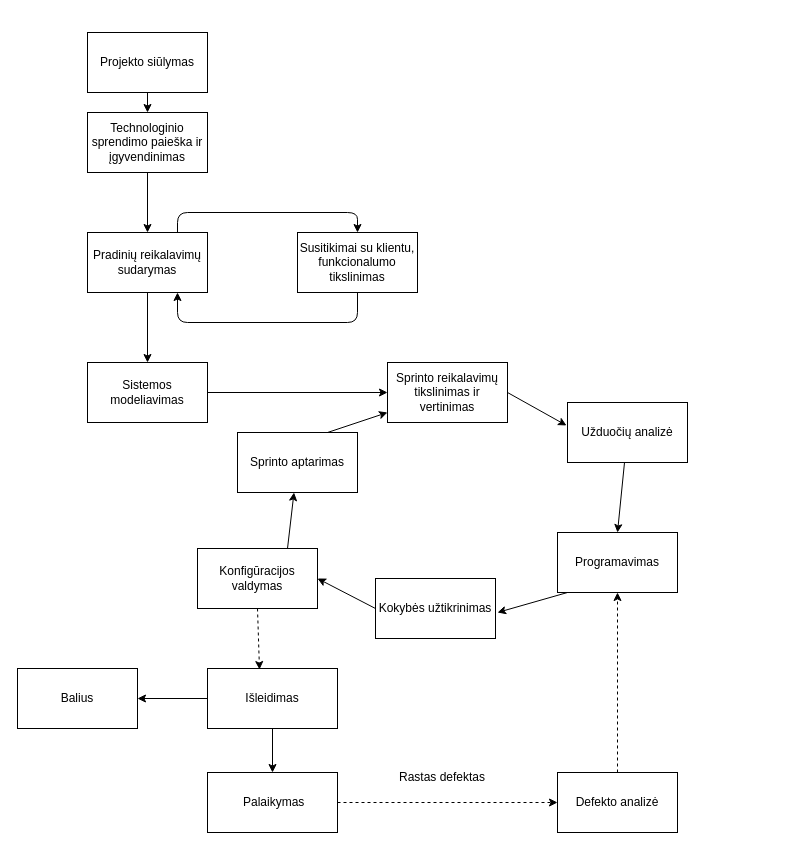
The draw.io diagram SoftwareProcessMoonTechnologies.drawio in DziugasMazulis/PKP, before the edit. Source tidied: cells renumbered, new cells numbered last; positions are measured from the earlier drawing's top-left corner, leaving out a move shared by most shapes. Both pictures are drawn from the tidied source at 100%, with x=0, y=0 at pixel (17, 32).
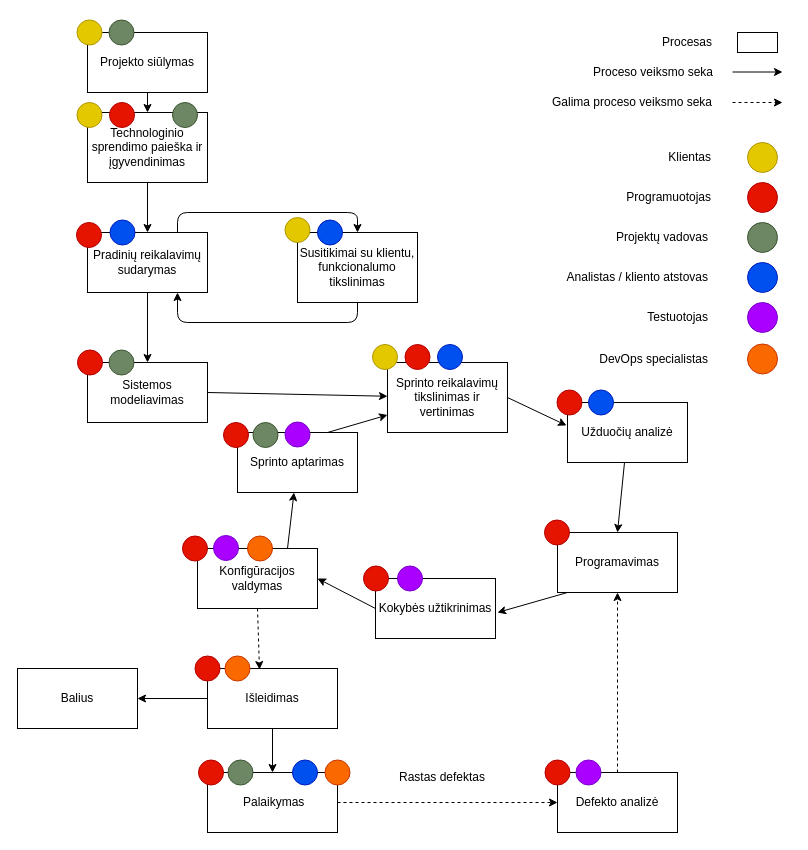
Above is the later version.

What changed in the source:
```diff
@@
-    <mxCell id="2" value="Projekto siūlymas" style="rounded=0;whiteSpace=wrap;html=1;" parent="1" vertex="1">
-      <mxGeometry x="70" width="120" height="60" as="geometry" />
-    </mxCell>
     <mxCell id="3" value="Technologinio sprendimo paieška ir įgyvendinimas" style="rounded=0;whiteSpace=wrap;html=1;" parent="1" vertex="1">
-      <mxGeometry x="70" y="80" width="120" height="60" as="geometry" />
+      <mxGeometry x="70" y="80" width="120" height="70" as="geometry" />
     </mxCell>
@@
     <mxCell id="6" value="Susitikimai su klientu, funkcionalumo tikslinimas" style="rounded=0;whiteSpace=wrap;html=1;" parent="1" vertex="1">
-      <mxGeometry x="280" y="200" width="120" height="60" as="geometry" />
+      <mxGeometry x="280" y="200" width="120" height="70" as="geometry" />
     </mxCell>
@@
     <mxCell id="12" value="Sprinto reikalavimų tikslinimas ir vertinimas" style="rounded=0;whiteSpace=wrap;html=1;" parent="1" vertex="1">
-      <mxGeometry x="370" y="330" width="120" height="60" as="geometry" />
+      <mxGeometry x="370" y="330" width="120" height="70" as="geometry" />
     </mxCell>
@@
+    <mxCell id="35" style="group;" parent="1" vertex="1">
+      <mxGeometry x="530" width="235" height="80" as="geometry" />
+    </mxCell>
+    <mxCell id="36" style="group;" parent="35" vertex="1">
+      <mxGeometry x="96" width="134" height="20" as="geometry" />
+    </mxCell>
+    <mxCell id="37" style="rounded=0;whiteSpace=wrap;html=1;" parent="36" vertex="1">
+      <mxGeometry x="94" width="40" height="20" as="geometry" />
+    </mxCell>
+    <mxCell id="38" value="Procesas" style="text;html=1;align=right;verticalAlign=middle;fillColor=none;strokeColor=none;rounded=0;" parent="36" vertex="1">
+      <mxGeometry width="70" height="20" as="geometry" />
+    </mxCell>
+    <mxCell id="39" style="group;" parent="35" vertex="1">
+      <mxGeometry x="46" y="30" width="189" height="20" as="geometry" />
+    </mxCell>
+    <mxCell id="40" style="endArrow=classic;html=1;rounded=1;" parent="39" edge="1">
+      <mxGeometry relative="1" as="geometry">
+        <mxPoint x="139" y="9.5" as="sourcePoint" />
+        <mxPoint x="189" y="9.5" as="targetPoint" />
+      </mxGeometry>
+    </mxCell>
+    <mxCell id="41" value="&lt;span style=&quot;white-space: nowrap&quot;&gt;Proceso veiksmo seka&lt;/span&gt;" style="text;html=1;strokeColor=none;fillColor=none;align=center;verticalAlign=middle;whiteSpace=wrap;rounded=0;" parent="39" vertex="1">
+      <mxGeometry width="120" height="20" as="geometry" />
+    </mxCell>
+    <mxCell id="42" style="group;" parent="35" vertex="1">
+      <mxGeometry y="60" width="235" height="20" as="geometry" />
+    </mxCell>
+    <mxCell id="43" style="endArrow=classic;html=1;dashed=1;" parent="42" edge="1">
+      <mxGeometry relative="1" as="geometry">
+        <mxPoint x="185" y="10" as="sourcePoint" />
+        <mxPoint x="235" y="10" as="targetPoint" />
+      </mxGeometry>
+    </mxCell>
+    <mxCell id="44" value="&lt;span style=&quot;white-space: nowrap&quot;&gt;Galima proceso veiksmo seka&lt;/span&gt;" style="text;html=1;strokeColor=none;fillColor=none;align=center;verticalAlign=middle;whiteSpace=wrap;rounded=0;" parent="42" vertex="1">
+      <mxGeometry width="170" height="20" as="geometry" />
+    </mxCell>
+    <mxCell id="45" style="group;" parent="1" vertex="1">
+      <mxGeometry x="592" y="110" width="168" height="150" as="geometry" />
+    </mxCell>
+    <mxCell id="46" style="group;" parent="45" vertex="1">
+      <mxGeometry x="64" width="104" height="30" as="geometry" />
+    </mxCell>
+    <mxCell id="47" style="ellipse;whiteSpace=wrap;html=1;align=right;fillColor=#e3c800;strokeColor=#B09500;fontColor=#ffffff;" parent="46" vertex="1">
+      <mxGeometry x="74" width="30" height="30" as="geometry" />
+    </mxCell>
+    <mxCell id="48" value="&lt;font color=&quot;#000000&quot;&gt;Klientas&lt;/font&gt;" style="text;html=1;strokeColor=none;fillColor=none;align=right;verticalAlign=middle;whiteSpace=wrap;rounded=0;fontColor=#FF0000;" parent="46" vertex="1">
+      <mxGeometry y="5" width="40" height="20" as="geometry" />
+    </mxCell>
+    <mxCell id="49" style="group;" parent="45" vertex="1">
+      <mxGeometry x="64" y="40" width="104" height="30" as="geometry" />
+    </mxCell>
+    <mxCell id="50" style="ellipse;whiteSpace=wrap;html=1;align=right;fontColor=#ffffff;fillColor=#e51400;strokeColor=#B20000;" parent="49" vertex="1">
+      <mxGeometry x="74" width="30" height="30" as="geometry" />
+    </mxCell>
+    <mxCell id="51" value="Programuotojas" style="text;html=1;strokeColor=none;fillColor=none;align=right;verticalAlign=middle;whiteSpace=wrap;rounded=0;fontColor=#000000;" parent="49" vertex="1">
+      <mxGeometry x="-60" y="5" width="100" height="20" as="geometry" />
+    </mxCell>
+    <mxCell id="52" style="group;" parent="45" vertex="1">
+      <mxGeometry y="80" width="168" height="30" as="geometry" />
+    </mxCell>
+    <mxCell id="53" style="ellipse;whiteSpace=wrap;html=1;align=right;fillColor=#6d8764;strokeColor=#3A5431;fontColor=#ffffff;" parent="52" vertex="1">
+      <mxGeometry x="138" width="30" height="30" as="geometry" />
+    </mxCell>
+    <mxCell id="54" value="Projektų vadovas" style="text;html=1;strokeColor=none;fillColor=none;align=right;verticalAlign=middle;whiteSpace=wrap;rounded=0;fontColor=#000000;" parent="52" vertex="1">
+      <mxGeometry y="5" width="101" height="20" as="geometry" />
+    </mxCell>
+    <mxCell id="55" style="group;" parent="45" vertex="1">
+      <mxGeometry y="120" width="168" height="30" as="geometry" />
+    </mxCell>
+    <mxCell id="56" style="ellipse;whiteSpace=wrap;html=1;align=right;fillColor=#0050ef;strokeColor=#001DBC;fontColor=#ffffff;" parent="55" vertex="1">
+      <mxGeometry x="138" width="30" height="30" as="geometry" />
+    </mxCell>
+    <mxCell id="57" value="Analistas / kliento atstovas" style="text;html=1;strokeColor=none;fillColor=none;align=right;verticalAlign=middle;whiteSpace=wrap;rounded=0;fontColor=#000000;" parent="55" vertex="1">
+      <mxGeometry x="-70" y="5" width="171" height="20" as="geometry" />
+    </mxCell>
+    <mxCell id="58" style="group;" parent="1" vertex="1">
+      <mxGeometry x="60" y="-15" width="130" height="75" as="geometry" />
+    </mxCell>
+    <mxCell id="2" value="Projekto siūlymas" style="rounded=0;whiteSpace=wrap;html=1;" parent="58" vertex="1">
+      <mxGeometry x="10" y="15" width="120" height="60" as="geometry" />
+    </mxCell>
+    <mxCell id="59" style="ellipse;whiteSpace=wrap;html=1;align=right;fillColor=#e3c800;strokeColor=#B09500;fontColor=#ffffff;" parent="58" vertex="1">
+      <mxGeometry x="-0.5" y="2.5" width="25" height="25" as="geometry" />
+    </mxCell>
+    <mxCell id="60" style="ellipse;whiteSpace=wrap;html=1;align=right;fillColor=#6d8764;strokeColor=#3A5431;fontColor=#ffffff;" parent="58" vertex="1">
+      <mxGeometry x="31.5" y="2.5" width="25" height="25" as="geometry" />
+    </mxCell>
+    <mxCell id="61" style="ellipse;whiteSpace=wrap;html=1;align=right;fillColor=#6d8764;strokeColor=#3A5431;fontColor=#ffffff;" parent="1" vertex="1">
+      <mxGeometry x="155" y="70" width="25" height="25" as="geometry" />
+    </mxCell>
+    <mxCell id="62" style="ellipse;whiteSpace=wrap;html=1;align=right;fontColor=#ffffff;fillColor=#e51400;strokeColor=#B20000;" parent="1" vertex="1">
+      <mxGeometry x="92" y="70" width="25" height="25" as="geometry" />
+    </mxCell>
+    <mxCell id="63" style="ellipse;whiteSpace=wrap;html=1;align=right;fillColor=#e3c800;strokeColor=#B09500;fontColor=#ffffff;" parent="1" vertex="1">
+      <mxGeometry x="267.5" y="185" width="25" height="25" as="geometry" />
+    </mxCell>
+    <mxCell id="64" style="ellipse;whiteSpace=wrap;html=1;align=right;fontColor=#ffffff;fillColor=#e51400;strokeColor=#B20000;" parent="1" vertex="1">
+      <mxGeometry x="60" y="317.5" width="25" height="25" as="geometry" />
+    </mxCell>
+    <mxCell id="65" style="ellipse;whiteSpace=wrap;html=1;align=right;fillColor=#6d8764;strokeColor=#3A5431;fontColor=#ffffff;" parent="1" vertex="1">
+      <mxGeometry x="91.5" y="317.5" width="25" height="25" as="geometry" />
+    </mxCell>
+    <mxCell id="66" style="ellipse;whiteSpace=wrap;html=1;align=right;fontColor=#ffffff;fillColor=#e51400;strokeColor=#B20000;" parent="1" vertex="1">
+      <mxGeometry x="387.5" y="312" width="25" height="25" as="geometry" />
+    </mxCell>
+    <mxCell id="67" style="ellipse;whiteSpace=wrap;html=1;align=right;fontColor=#ffffff;fillColor=#e51400;strokeColor=#B20000;" parent="1" vertex="1">
+      <mxGeometry x="539.5" y="357.5" width="25" height="25" as="geometry" />
+    </mxCell>
+    <mxCell id="68" style="ellipse;whiteSpace=wrap;html=1;align=right;fontColor=#ffffff;fillColor=#e51400;strokeColor=#B20000;" parent="1" vertex="1">
+      <mxGeometry x="527" y="487.5" width="25" height="25" as="geometry" />
+    </mxCell>
+    <mxCell id="69" style="ellipse;whiteSpace=wrap;html=1;align=right;fontColor=#ffffff;fillColor=#e51400;strokeColor=#B20000;" parent="1" vertex="1">
+      <mxGeometry x="346" y="533.5" width="25" height="25" as="geometry" />
+    </mxCell>
+    <mxCell id="70" style="ellipse;whiteSpace=wrap;html=1;align=right;fontColor=#ffffff;fillColor=#e51400;strokeColor=#B20000;" parent="1" vertex="1">
+      <mxGeometry x="206" y="390" width="25" height="25" as="geometry" />
+    </mxCell>
+    <mxCell id="71" style="ellipse;whiteSpace=wrap;html=1;align=right;fillColor=#6d8764;strokeColor=#3A5431;fontColor=#ffffff;" parent="1" vertex="1">
+      <mxGeometry x="235.5" y="390" width="25" height="25" as="geometry" />
+    </mxCell>
+    <mxCell id="72" style="ellipse;whiteSpace=wrap;html=1;align=right;fontColor=#ffffff;fillColor=#e51400;strokeColor=#B20000;" parent="1" vertex="1">
+      <mxGeometry x="181" y="727.5" width="25" height="25" as="geometry" />
+    </mxCell>
+    <mxCell id="73" style="ellipse;whiteSpace=wrap;html=1;align=right;fillColor=#6d8764;strokeColor=#3A5431;fontColor=#ffffff;" parent="1" vertex="1">
+      <mxGeometry x="210.5" y="727.5" width="25" height="25" as="geometry" />
+    </mxCell>
+    <mxCell id="74" style="ellipse;whiteSpace=wrap;html=1;align=right;fillColor=#0050ef;strokeColor=#001DBC;fontColor=#ffffff;" parent="1" vertex="1">
+      <mxGeometry x="275" y="727.5" width="25" height="25" as="geometry" />
+    </mxCell>
+    <mxCell id="75" style="ellipse;whiteSpace=wrap;html=1;align=right;fillColor=#e3c800;strokeColor=#B09500;fontColor=#ffffff;" parent="1" vertex="1">
+      <mxGeometry x="59.5" y="70" width="25" height="25" as="geometry" />
+    </mxCell>
+    <mxCell id="76" style="ellipse;whiteSpace=wrap;html=1;align=right;fontColor=#ffffff;fillColor=#e51400;strokeColor=#B20000;" parent="1" vertex="1">
+      <mxGeometry x="59" y="190" width="25" height="25" as="geometry" />
+    </mxCell>
+    <mxCell id="77" style="group;" parent="1" vertex="1">
+      <mxGeometry x="592" y="270" width="168" height="30" as="geometry" />
+    </mxCell>
+    <mxCell id="78" style="ellipse;whiteSpace=wrap;html=1;align=right;fillColor=#aa00ff;strokeColor=#7700CC;fontColor=#ffffff;" parent="77" vertex="1">
+      <mxGeometry x="138" width="30" height="30" as="geometry" />
+    </mxCell>
+    <mxCell id="79" value="Testuotojas" style="text;html=1;strokeColor=none;fillColor=none;align=right;verticalAlign=middle;whiteSpace=wrap;rounded=0;fontColor=#000000;" parent="77" vertex="1">
+      <mxGeometry y="5" width="101" height="20" as="geometry" />
+    </mxCell>
+    <mxCell id="80" style="ellipse;whiteSpace=wrap;html=1;align=right;fontColor=#ffffff;fillColor=#aa00ff;strokeColor=#7700CC;" parent="1" vertex="1">
+      <mxGeometry x="380" y="533.5" width="25" height="25" as="geometry" />
+    </mxCell>
+    <mxCell id="81" style="ellipse;whiteSpace=wrap;html=1;align=right;fontColor=#ffffff;fillColor=#0050ef;strokeColor=#001DBC;" parent="1" vertex="1">
+      <mxGeometry x="92.5" y="187.5" width="25" height="25" as="geometry" />
+    </mxCell>
+    <mxCell id="82" style="ellipse;whiteSpace=wrap;html=1;align=right;fontColor=#ffffff;fillColor=#0050ef;strokeColor=#001DBC;" parent="1" vertex="1">
+      <mxGeometry x="300" y="187.5" width="25" height="25" as="geometry" />
+    </mxCell>
+    <mxCell id="83" style="ellipse;whiteSpace=wrap;html=1;align=right;fontColor=#ffffff;fillColor=#0050ef;strokeColor=#001DBC;" parent="1" vertex="1">
+      <mxGeometry x="420" y="312" width="25" height="25" as="geometry" />
+    </mxCell>
+    <mxCell id="84" style="ellipse;whiteSpace=wrap;html=1;align=right;fillColor=#e3c800;strokeColor=#B09500;fontColor=#ffffff;" parent="1" vertex="1">
+      <mxGeometry x="355" y="312" width="25" height="25" as="geometry" />
+    </mxCell>
+    <mxCell id="85" style="ellipse;whiteSpace=wrap;html=1;align=right;fontColor=#ffffff;fillColor=#0050ef;strokeColor=#001DBC;" parent="1" vertex="1">
+      <mxGeometry x="571" y="357.5" width="25" height="25" as="geometry" />
+    </mxCell>
+    <mxCell id="86" style="ellipse;whiteSpace=wrap;html=1;align=right;fontColor=#ffffff;fillColor=#aa00ff;strokeColor=#7700CC;" parent="1" vertex="1">
+      <mxGeometry x="196" y="503" width="25" height="25" as="geometry" />
+    </mxCell>
+    <mxCell id="87" style="ellipse;whiteSpace=wrap;html=1;align=right;fontColor=#ffffff;fillColor=#e51400;strokeColor=#B20000;" parent="1" vertex="1">
+      <mxGeometry x="165" y="503.5" width="25" height="25" as="geometry" />
+    </mxCell>
+    <mxCell id="88" style="ellipse;whiteSpace=wrap;html=1;align=right;fontColor=#ffffff;fillColor=#aa00ff;strokeColor=#7700CC;" parent="1" vertex="1">
+      <mxGeometry x="267.5" y="389.5" width="25" height="25" as="geometry" />
+    </mxCell>
+    <mxCell id="89" style="group;" parent="1" vertex="1">
+      <mxGeometry x="592" y="311.5" width="168" height="30" as="geometry" />
+    </mxCell>
+    <mxCell id="90" style="ellipse;whiteSpace=wrap;html=1;align=right;fillColor=#fa6800;strokeColor=#C73500;fontColor=#ffffff;" parent="89" vertex="1">
+      <mxGeometry x="138" width="30" height="30" as="geometry" />
+    </mxCell>
+    <mxCell id="91" value="DevOps specialistas" style="text;html=1;strokeColor=none;fillColor=none;align=right;verticalAlign=middle;whiteSpace=wrap;rounded=0;fontColor=#000000;" parent="89" vertex="1">
+      <mxGeometry x="-10" y="5" width="111" height="20" as="geometry" />
+    </mxCell>
+    <mxCell id="92" style="ellipse;whiteSpace=wrap;html=1;align=right;fontColor=#ffffff;fillColor=#e51400;strokeColor=#B20000;" parent="1" vertex="1">
+      <mxGeometry x="177.5" y="623.5" width="25" height="25" as="geometry" />
+    </mxCell>
+    <mxCell id="93" style="ellipse;whiteSpace=wrap;html=1;align=right;fontColor=#ffffff;fillColor=#fa6800;strokeColor=#C73500;" parent="1" vertex="1">
+      <mxGeometry x="230" y="503.5" width="25" height="25" as="geometry" />
+    </mxCell>
+    <mxCell id="94" style="ellipse;whiteSpace=wrap;html=1;align=right;fontColor=#ffffff;fillColor=#fa6800;strokeColor=#C73500;" parent="1" vertex="1">
+      <mxGeometry x="207.5" y="623.5" width="25" height="25" as="geometry" />
+    </mxCell>
+    <mxCell id="95" style="ellipse;whiteSpace=wrap;html=1;align=right;fontColor=#ffffff;fillColor=#fa6800;strokeColor=#C73500;" parent="1" vertex="1">
+      <mxGeometry x="307.5" y="727.5" width="25" height="25" as="geometry" />
+    </mxCell>
+    <mxCell id="96" style="ellipse;whiteSpace=wrap;html=1;align=right;fontColor=#ffffff;fillColor=#e51400;strokeColor=#B20000;" parent="1" vertex="1">
+      <mxGeometry x="527.5" y="727.5" width="25" height="25" as="geometry" />
+    </mxCell>
+    <mxCell id="97" style="ellipse;whiteSpace=wrap;html=1;align=right;fontColor=#ffffff;fillColor=#aa00ff;strokeColor=#7700CC;" parent="1" vertex="1">
+      <mxGeometry x="558.5" y="727.5" width="25" height="25" as="geometry" />
+    </mxCell>
```
